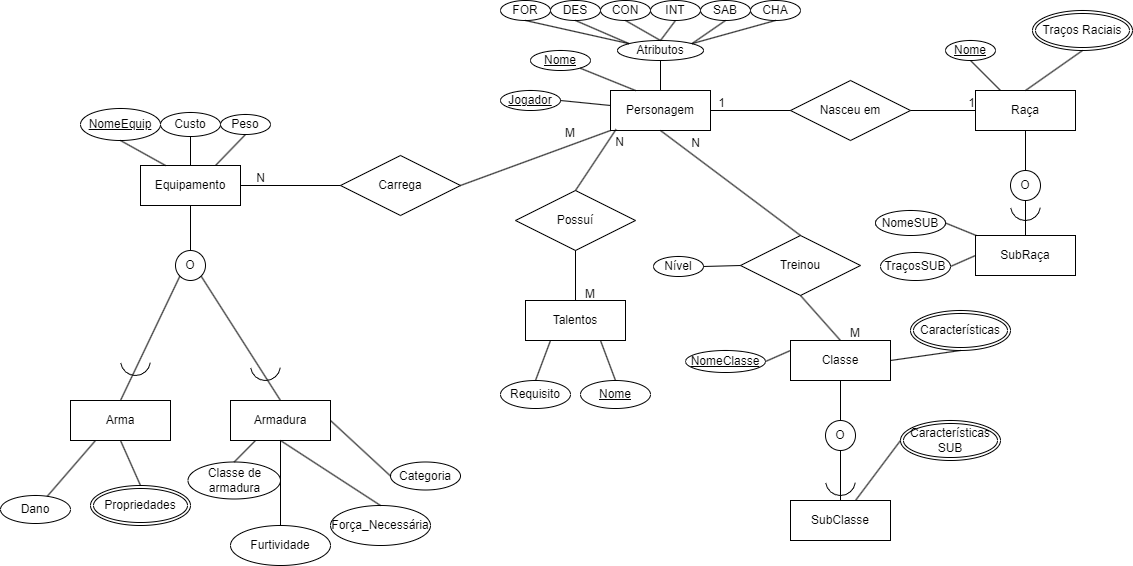
Earlier version of the draw.io export DER.png (VitorFonseca123/DnD-RPG). Source tidied: cells renumbered, new cells last; positions are measured from the earlier drawing's top-left corner, leaving out a move shared by most shapes.
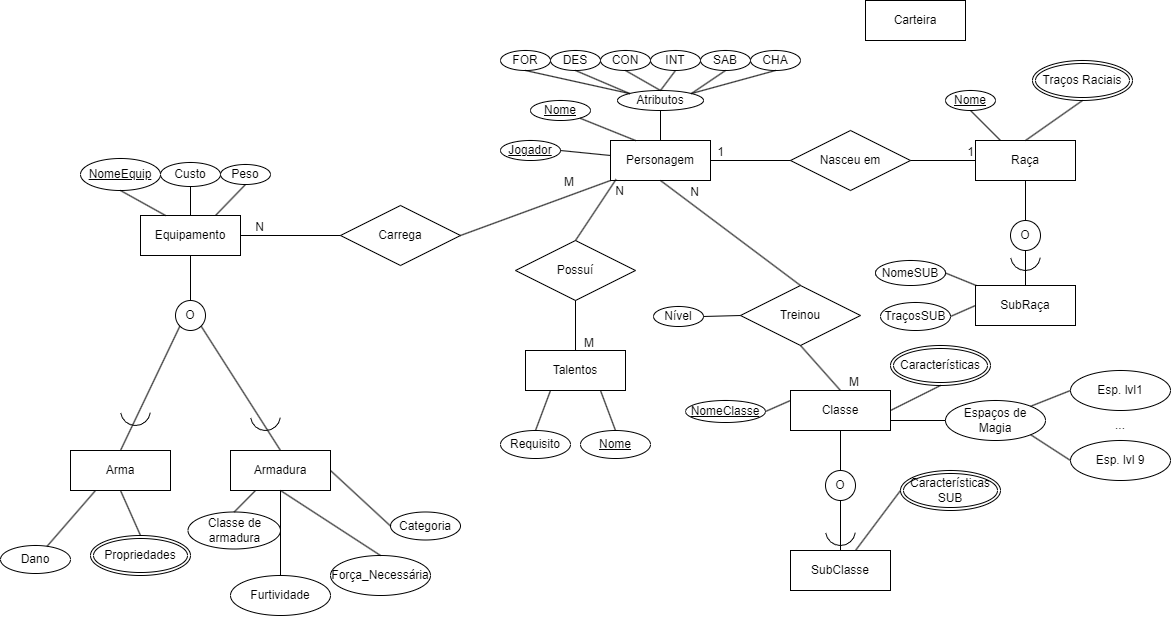
The same file after the commit.

Change to the diagram source:
```diff
@@ -153,7 +153,7 @@
       <mxGeometry relative="1" as="geometry" />
     </mxCell>
     <mxCell id="50" value="Características" style="ellipse;shape=doubleEllipse;margin=3;whiteSpace=wrap;html=1;align=center;" parent="1" vertex="1">
-      <mxGeometry x="910" y="310" width="100" height="40" as="geometry" />
+      <mxGeometry x="890" y="295" width="100" height="40" as="geometry" />
     </mxCell>
     <mxCell id="51" style="endArrow=none;html=1;rounded=0;exitX=1;exitY=0.5;exitDx=0;exitDy=0;entryX=0.5;entryY=1;entryDx=0;entryDy=0;" parent="1" edge="1" source="8" target="50">
       <mxGeometry relative="1" as="geometry" />
@@ -313,5 +313,29 @@
         <mxPoint x="-35" y="10" as="offset" />
       </mxGeometry>
     </mxCell>
+    <mxCell id="101" value="Espaços de Magia" style="ellipse;whiteSpace=wrap;html=1;align=center;" parent="1" vertex="1">
+      <mxGeometry x="945" y="350" width="100" height="40" as="geometry" />
+    </mxCell>
+    <mxCell id="102" style="endArrow=none;html=1;rounded=0;exitX=1;exitY=0.75;exitDx=0;exitDy=0;entryX=0;entryY=0.5;entryDx=0;entryDy=0;" parent="1" edge="1" source="8" target="101">
+      <mxGeometry relative="1" as="geometry" />
+    </mxCell>
+    <mxCell id="103" value="Esp. lvl1" style="ellipse;whiteSpace=wrap;html=1;align=center;" parent="1" vertex="1">
+      <mxGeometry x="1070" y="320" width="100" height="40" as="geometry" />
+    </mxCell>
+    <mxCell id="104" style="endArrow=none;html=1;rounded=0;exitX=1;exitY=0;exitDx=0;exitDy=0;entryX=0;entryY=0.5;entryDx=0;entryDy=0;" parent="1" edge="1" source="101" target="103">
+      <mxGeometry relative="1" as="geometry" />
+    </mxCell>
+    <mxCell id="105" value="Esp. lvl 9" style="ellipse;whiteSpace=wrap;html=1;align=center;" parent="1" vertex="1">
+      <mxGeometry x="1070" y="390" width="100" height="40" as="geometry" />
+    </mxCell>
+    <mxCell id="106" style="endArrow=none;html=1;rounded=0;exitX=1;exitY=1;exitDx=0;exitDy=0;entryX=0;entryY=0.5;entryDx=0;entryDy=0;" parent="1" edge="1" source="101" target="105">
+      <mxGeometry relative="1" as="geometry" />
+    </mxCell>
+    <mxCell id="107" value="..." style="text;html=1;strokeColor=none;fillColor=none;align=center;verticalAlign=middle;whiteSpace=wrap;rounded=0;" parent="1" vertex="1">
+      <mxGeometry x="1090" y="360" width="60" height="30" as="geometry" />
+    </mxCell>
+    <mxCell id="108" value="Carteira" style="whiteSpace=wrap;html=1;align=center;" parent="1" vertex="1">
+      <mxGeometry x="865" y="-50" width="100" height="40" as="geometry" />
+    </mxCell>
   </root>
 </mxGraphModel>
```
